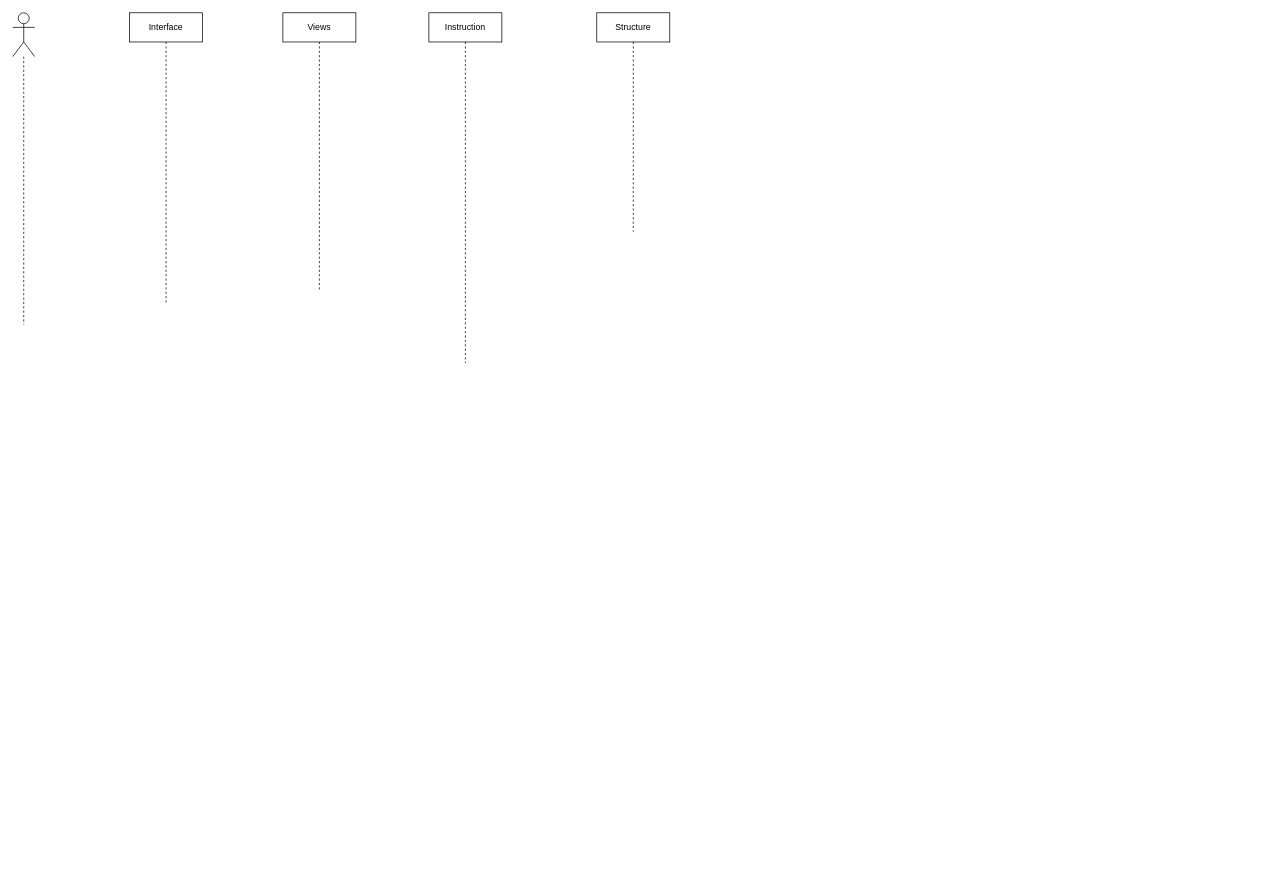
The draw.io diagram consulter_instruction_temps.drawio in CabrelFeukeng/pp, before the edit. Source tidied: cells renumbered, new cells numbered last; positions are measured from the earlier drawing's top-left corner, leaving out a move shared by most shapes. Both pictures are drawn from the tidied source at 73%, with x=0, y=0 at pixel (12, 12).
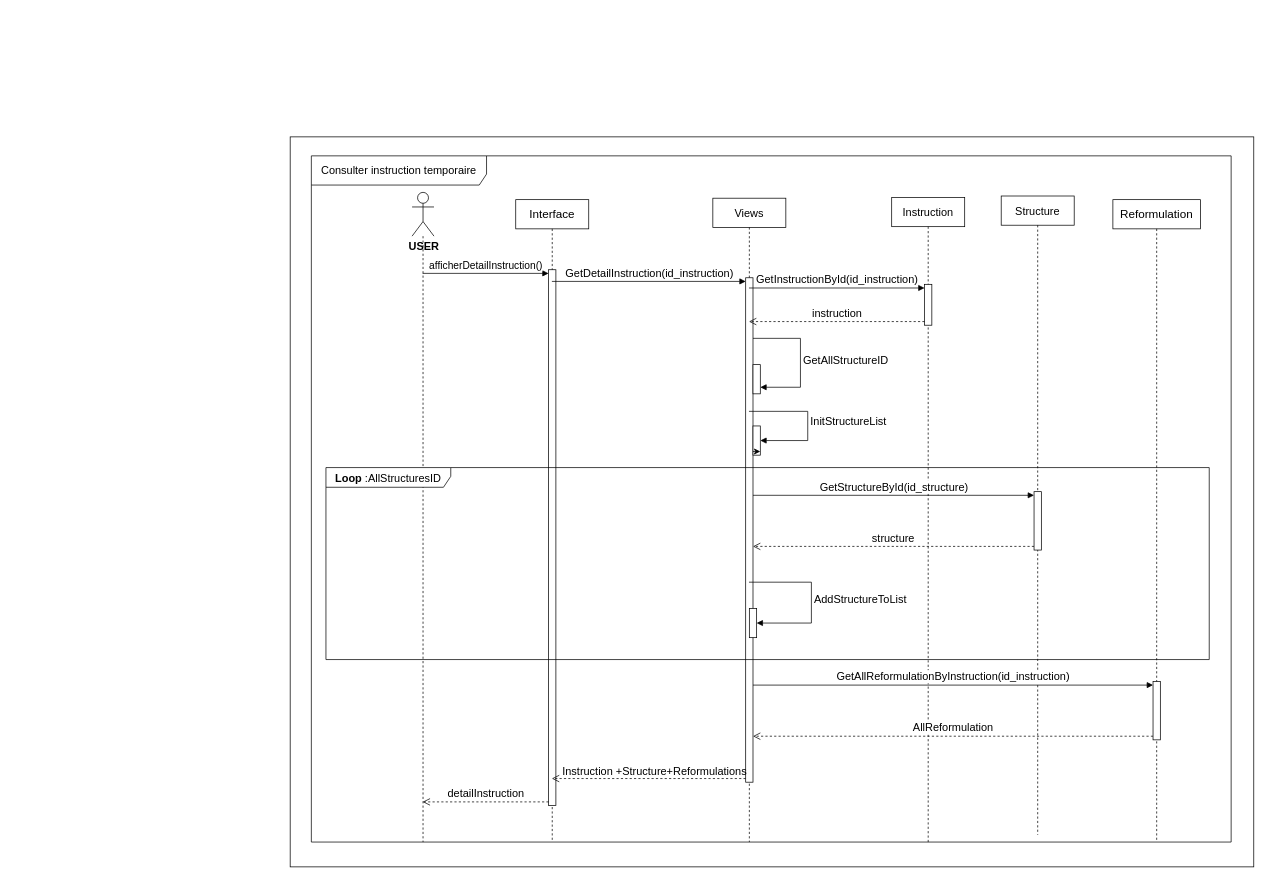
The same diagram, later.

Commit message:
Mettre à jour consulter_instruction_temps.drawio

Diff of the diagram source:
```diff
@@
-    <mxCell id="2" style="shape=umlLifeline;perimeter=lifelinePerimeter;whiteSpace=wrap;html=1;newEdgeStyle={&quot;curved&quot;:0,&quot;rounded&quot;:0};participant=umlActor;size=60;" parent="1" vertex="1">
-      <mxGeometry width="30" height="427" as="geometry" />
-    </mxCell>
+    <mxCell id="7" style="rounded=0;whiteSpace=wrap;html=1;" parent="1" vertex="1">
+      <mxGeometry x="380" y="170" width="1320" height="1000" as="geometry" />
+    </mxCell>
+    <mxCell id="8" style="shape=umlLifeline;perimeter=lifelinePerimeter;whiteSpace=wrap;html=1;outlineConnect=0;portConstraint=eastwest;newEdgeStyle={&quot;curved&quot;:0,&quot;rounded&quot;:0};participant=umlActor;size=60;" parent="1" vertex="1">
+      <mxGeometry x="547" y="246" width="30" height="890" as="geometry" />
+    </mxCell>
-    <mxCell id="3" value="Interface" style="shape=umlLifeline;perimeter=lifelinePerimeter;whiteSpace=wrap;html=1;outlineConnect=0;portConstraint=eastwest;newEdgeStyle={&quot;curved&quot;:0,&quot;rounded&quot;:0};" parent="1" vertex="1">
-      <mxGeometry x="160" width="100" height="400" as="geometry" />
+    <mxCell id="3" value="&lt;font style=&quot;font-size: 16px;&quot;&gt;Interface&lt;/font&gt;" style="shape=umlLifeline;perimeter=lifelinePerimeter;whiteSpace=wrap;html=1;outlineConnect=0;portConstraint=eastwest;newEdgeStyle={&quot;curved&quot;:0,&quot;rounded&quot;:0};" parent="1" vertex="1">
+      <mxGeometry x="689" y="256" width="100" height="880" as="geometry" />
     </mxCell>
+    <mxCell id="9" style="html=1;points=[[0,0,0,0,5],[0,1,0,0,-5],[1,0,0,0,5],[1,1,0,0,-5]];perimeter=orthogonalPerimeter;outlineConnect=0;targetShapes=umlLifeline;portConstraint=eastwest;newEdgeStyle={&quot;curved&quot;:0,&quot;rounded&quot;:0};" parent="3" vertex="1">
+      <mxGeometry x="45" y="96" width="10" height="734" as="geometry" />
+    </mxCell>
-    <mxCell id="4" value="Views" style="shape=umlLifeline;perimeter=lifelinePerimeter;whiteSpace=wrap;html=1;outlineConnect=0;portConstraint=eastwest;newEdgeStyle={&quot;curved&quot;:0,&quot;rounded&quot;:0};" parent="1" vertex="1">
-      <mxGeometry x="370" width="100" height="380" as="geometry" />
+    <mxCell id="4" value="&lt;font style=&quot;font-size: 15px;&quot;&gt;Views&lt;/font&gt;" style="shape=umlLifeline;perimeter=lifelinePerimeter;whiteSpace=wrap;html=1;outlineConnect=0;portConstraint=eastwest;newEdgeStyle={&quot;curved&quot;:0,&quot;rounded&quot;:0};" parent="1" vertex="1">
+      <mxGeometry x="959" y="254" width="100" height="882" as="geometry" />
     </mxCell>
+    <mxCell id="10" style="html=1;points=[[0,0,0,0,5],[0,1,0,0,-5],[1,0,0,0,5],[1,1,0,0,-5]];perimeter=orthogonalPerimeter;outlineConnect=0;targetShapes=umlLifeline;portConstraint=eastwest;newEdgeStyle={&quot;curved&quot;:0,&quot;rounded&quot;:0};" parent="4" vertex="1">
+      <mxGeometry x="45" y="109" width="10" height="691" as="geometry" />
+    </mxCell>
+    <mxCell id="11" style="html=1;perimeter=orthogonalPerimeter;targetShapes=umlLifeline;newEdgeStyle={&quot;curved&quot;:0,&quot;rounded&quot;:0};" parent="4" vertex="1">
+      <mxGeometry x="55" y="228" width="10" height="40" as="geometry" />
+    </mxCell>
+    <mxCell id="12" value="&lt;font style=&quot;font-size: 15px;&quot;&gt;GetAllStructureID&lt;/font&gt;" style="html=1;align=left;spacingLeft=2;endArrow=block;rounded=0;edgeStyle=orthogonalEdgeStyle;curved=0;rounded=0;" parent="4" edge="1" source="10">
+      <mxGeometry relative="1" as="geometry">
+        <mxPoint x="65" y="259" as="targetPoint" />
+        <Array as="points">
+          <mxPoint x="120" y="192" />
+          <mxPoint x="120" y="259" />
+        </Array>
+      </mxGeometry>
+    </mxCell>
+    <mxCell id="13" style="html=1;points=[[0,0,0,0,5],[0,1,0,0,-5],[1,0,0,0,5],[1,1,0,0,-5]];perimeter=orthogonalPerimeter;outlineConnect=0;targetShapes=umlLifeline;portConstraint=eastwest;newEdgeStyle={&quot;curved&quot;:0,&quot;rounded&quot;:0};" parent="4" vertex="1">
+      <mxGeometry x="55" y="312" width="10" height="40" as="geometry" />
+    </mxCell>
+    <mxCell id="14" style="edgeStyle=orthogonalEdgeStyle;rounded=0;orthogonalLoop=1;jettySize=auto;html=1;curved=0;exitX=0;exitY=1;exitDx=0;exitDy=-5;exitPerimeter=0;entryX=1;entryY=1;entryDx=0;entryDy=-5;entryPerimeter=0;" parent="4" edge="1" source="13" target="13">
+      <mxGeometry relative="1" as="geometry" />
+    </mxCell>
+    <mxCell id="15" value="&lt;font style=&quot;font-size: 15px;&quot;&gt;InitStructureList&lt;/font&gt;" style="html=1;align=left;spacingLeft=2;endArrow=block;rounded=0;edgeStyle=orthogonalEdgeStyle;curved=0;rounded=0;" parent="4" edge="1" source="4" target="13">
+      <mxGeometry relative="1" as="geometry">
+        <Array as="points">
+          <mxPoint x="130" y="292" />
+          <mxPoint x="130" y="332" />
+        </Array>
+      </mxGeometry>
+    </mxCell>
-    <mxCell id="5" value="Instruction" style="shape=umlLifeline;perimeter=lifelinePerimeter;whiteSpace=wrap;html=1;newEdgeStyle={&quot;curved&quot;:0,&quot;rounded&quot;:0};" parent="1" vertex="1">
-      <mxGeometry x="570" width="100" height="480" as="geometry" />
+    <mxCell id="5" value="&lt;font style=&quot;font-size: 15px;&quot;&gt;Instruction&lt;/font&gt;" style="shape=umlLifeline;perimeter=lifelinePerimeter;whiteSpace=wrap;html=1;newEdgeStyle={&quot;curved&quot;:0,&quot;rounded&quot;:0};" parent="1" vertex="1">
+      <mxGeometry x="1204" y="253" width="100" height="883" as="geometry" />
     </mxCell>
+    <mxCell id="16" style="html=1;points=[[0,0,0,0,5],[0,1,0,0,-5],[1,0,0,0,5],[1,1,0,0,-5]];perimeter=orthogonalPerimeter;outlineConnect=0;targetShapes=umlLifeline;portConstraint=eastwest;newEdgeStyle={&quot;curved&quot;:0,&quot;rounded&quot;:0};" parent="5" vertex="1">
+      <mxGeometry x="45" y="119" width="10" height="56" as="geometry" />
+    </mxCell>
-    <mxCell id="6" value="Structure" style="shape=umlLifeline;perimeter=lifelinePerimeter;whiteSpace=wrap;html=1;newEdgeStyle={&quot;curved&quot;:0,&quot;rounded&quot;:0};" parent="1" vertex="1">
-      <mxGeometry x="800" width="100" height="300" as="geometry" />
+    <mxCell id="6" value="&lt;font style=&quot;font-size: 15px;&quot;&gt;Structure&lt;/font&gt;" style="shape=umlLifeline;perimeter=lifelinePerimeter;whiteSpace=wrap;html=1;newEdgeStyle={&quot;curved&quot;:0,&quot;rounded&quot;:0};" parent="1" vertex="1">
+      <mxGeometry x="1354" y="251" width="100" height="875" as="geometry" />
     </mxCell>
+    <mxCell id="17" value="&lt;font style=&quot;font-size: 14px;&quot;&gt;afficherDetailInstruction()&lt;/font&gt;" style="html=1;verticalAlign=bottom;endArrow=block;curved=0;rounded=0;entryX=0;entryY=0;entryDx=0;entryDy=5;" parent="1" edge="1" source="8" target="9">
+      <mxGeometry relative="1" as="geometry" />
+    </mxCell>
+    <mxCell id="18" value="&lt;font style=&quot;font-size: 15px;&quot;&gt;detailInstruction&lt;/font&gt;" style="html=1;verticalAlign=bottom;endArrow=open;dashed=1;endSize=8;curved=0;rounded=0;exitX=0;exitY=1;exitDx=0;exitDy=-5;" parent="1" edge="1" source="9" target="8">
+      <mxGeometry relative="1" as="geometry" />
+    </mxCell>
+    <mxCell id="19" value="&lt;font style=&quot;font-size: 15px;&quot;&gt;GetDetailInstruction(id_instruction)&lt;/font&gt;" style="html=1;verticalAlign=bottom;endArrow=block;curved=0;rounded=0;entryX=0;entryY=0;entryDx=0;entryDy=5;" parent="1" edge="1" source="3" target="10">
+      <mxGeometry relative="1" as="geometry" />
+    </mxCell>
+    <mxCell id="20" style="html=1;verticalAlign=bottom;endArrow=open;dashed=1;endSize=8;curved=0;rounded=0;exitX=0;exitY=1;exitDx=0;exitDy=-5;" parent="1" edge="1" source="10" target="3">
+      <mxGeometry relative="1" as="geometry" />
+    </mxCell>
+    <mxCell id="21" value="&lt;font style=&quot;font-size: 15px;&quot;&gt;GetInstructionById(id_instruction)&lt;/font&gt;" style="html=1;verticalAlign=bottom;endArrow=block;curved=0;rounded=0;entryX=0;entryY=0;entryDx=0;entryDy=5;" parent="1" edge="1" source="4" target="16">
+      <mxGeometry relative="1" as="geometry" />
+    </mxCell>
+    <mxCell id="22" value="&lt;font style=&quot;font-size: 15px;&quot;&gt;instruction&lt;/font&gt;" style="html=1;verticalAlign=bottom;endArrow=open;dashed=1;endSize=8;curved=0;rounded=0;exitX=0;exitY=1;exitDx=0;exitDy=-5;" parent="1" edge="1" source="16" target="4">
+      <mxGeometry relative="1" as="geometry" />
+    </mxCell>
+    <mxCell id="23" value="&lt;font style=&quot;font-size: 15px;&quot;&gt;&lt;b&gt;Loop &lt;/b&gt;:AllStructuresID&lt;/font&gt;" style="shape=umlFrame;whiteSpace=wrap;html=1;width=171;height=27;" parent="1" vertex="1">
+      <mxGeometry x="429" y="623" width="1210" height="263" as="geometry" />
+    </mxCell>
+    <mxCell id="24" value="&lt;font style=&quot;font-size: 15px;&quot;&gt;GetStructureById(id_structure)&lt;/font&gt;" style="html=1;verticalAlign=bottom;endArrow=block;curved=0;rounded=0;entryX=0;entryY=0;entryDx=0;entryDy=5;" parent="1" edge="1" source="10" target="33">
+      <mxGeometry relative="1" as="geometry" />
+    </mxCell>
+    <mxCell id="25" value="&lt;font style=&quot;font-size: 15px;&quot;&gt;structure&lt;/font&gt;" style="html=1;verticalAlign=bottom;endArrow=open;dashed=1;endSize=8;curved=0;rounded=0;exitX=0;exitY=1;exitDx=0;exitDy=-5;" parent="1" edge="1" source="33" target="10">
+      <mxGeometry relative="1" as="geometry" />
+    </mxCell>
+    <mxCell id="26" style="html=1;points=[[0,0,0,0,5],[0,1,0,0,-5],[1,0,0,0,5],[1,1,0,0,-5]];perimeter=orthogonalPerimeter;outlineConnect=0;targetShapes=umlLifeline;portConstraint=eastwest;newEdgeStyle={&quot;curved&quot;:0,&quot;rounded&quot;:0};" parent="1" vertex="1">
+      <mxGeometry x="1009" y="816" width="10" height="40" as="geometry" />
+    </mxCell>
+    <mxCell id="27" value="&lt;font style=&quot;font-size: 15px;&quot;&gt;AddStructureToList&lt;/font&gt;" style="html=1;align=left;spacingLeft=2;endArrow=block;rounded=0;edgeStyle=orthogonalEdgeStyle;curved=0;rounded=0;" parent="1" edge="1" source="4" target="26">
+      <mxGeometry relative="1" as="geometry">
+        <Array as="points">
+          <mxPoint x="1094" y="780" />
+          <mxPoint x="1094" y="836" />
+        </Array>
+      </mxGeometry>
+    </mxCell>
+    <mxCell id="28" value="&lt;font style=&quot;font-size: 16px;&quot;&gt;Reformulation&lt;/font&gt;" style="shape=umlLifeline;perimeter=lifelinePerimeter;whiteSpace=wrap;html=1;newEdgeStyle={&quot;curved&quot;:0,&quot;rounded&quot;:0};" parent="1" vertex="1">
+      <mxGeometry x="1507" y="256" width="120" height="880" as="geometry" />
+    </mxCell>
+    <mxCell id="29" value="&lt;font style=&quot;font-size: 15px;&quot;&gt;GetAllReformulationByInstruction(id_instruction)&lt;/font&gt;" style="html=1;verticalAlign=bottom;endArrow=block;curved=0;rounded=0;entryX=0;entryY=0;entryDx=0;entryDy=5;" parent="1" edge="1" source="10" target="34">
+      <mxGeometry relative="1" as="geometry" />
+    </mxCell>
+    <mxCell id="30" value="&lt;font style=&quot;font-size: 15px;&quot;&gt;AllReformulation&lt;/font&gt;" style="html=1;verticalAlign=bottom;endArrow=open;dashed=1;endSize=8;curved=0;rounded=0;exitX=0;exitY=1;exitDx=0;exitDy=-5;" parent="1" edge="1" source="34" target="10">
+      <mxGeometry relative="1" as="geometry" />
+    </mxCell>
+    <mxCell id="31" value="&lt;font style=&quot;font-size: 15px;&quot;&gt;Instruction +Structure+Reformulations&lt;/font&gt;" style="text;html=1;align=center;verticalAlign=middle;strokeColor=none;fillColor=none;" parent="1" vertex="1">
+      <mxGeometry x="739" y="1024" width="280" height="30" as="geometry" />
+    </mxCell>
+    <mxCell id="32" value="&lt;font style=&quot;font-size: 15px;&quot;&gt;Consulter instruction temporaire&lt;/font&gt;" style="shape=umlFrame;whiteSpace=wrap;html=1;width=240;height=40;" parent="1" vertex="1">
+      <mxGeometry x="409" y="196" width="1260" height="940" as="geometry" />
+    </mxCell>
+    <mxCell id="33" style="html=1;points=[[0,0,0,0,5],[0,1,0,0,-5],[1,0,0,0,5],[1,1,0,0,-5]];perimeter=orthogonalPerimeter;outlineConnect=0;targetShapes=umlLifeline;portConstraint=eastwest;newEdgeStyle={&quot;curved&quot;:0,&quot;rounded&quot;:0};" parent="32" vertex="1">
+      <mxGeometry x="990" y="460" width="10" height="80" as="geometry" />
+    </mxCell>
+    <mxCell id="34" style="html=1;points=[[0,0,0,0,5],[0,1,0,0,-5],[1,0,0,0,5],[1,1,0,0,-5]];perimeter=orthogonalPerimeter;outlineConnect=0;targetShapes=umlLifeline;portConstraint=eastwest;newEdgeStyle={&quot;curved&quot;:0,&quot;rounded&quot;:0};" parent="32" vertex="1">
+      <mxGeometry x="1153" y="720" width="10" height="80" as="geometry" />
+    </mxCell>
+    <mxCell id="35" value="&lt;font style=&quot;font-size: 15px;&quot;&gt;&lt;b&gt;USER&lt;/b&gt;&lt;/font&gt;" style="text;html=1;align=center;verticalAlign=middle;strokeColor=none;fillColor=none;" parent="1" vertex="1">
+      <mxGeometry x="528" y="304" width="70" height="30" as="geometry" />
+    </mxCell>
```
